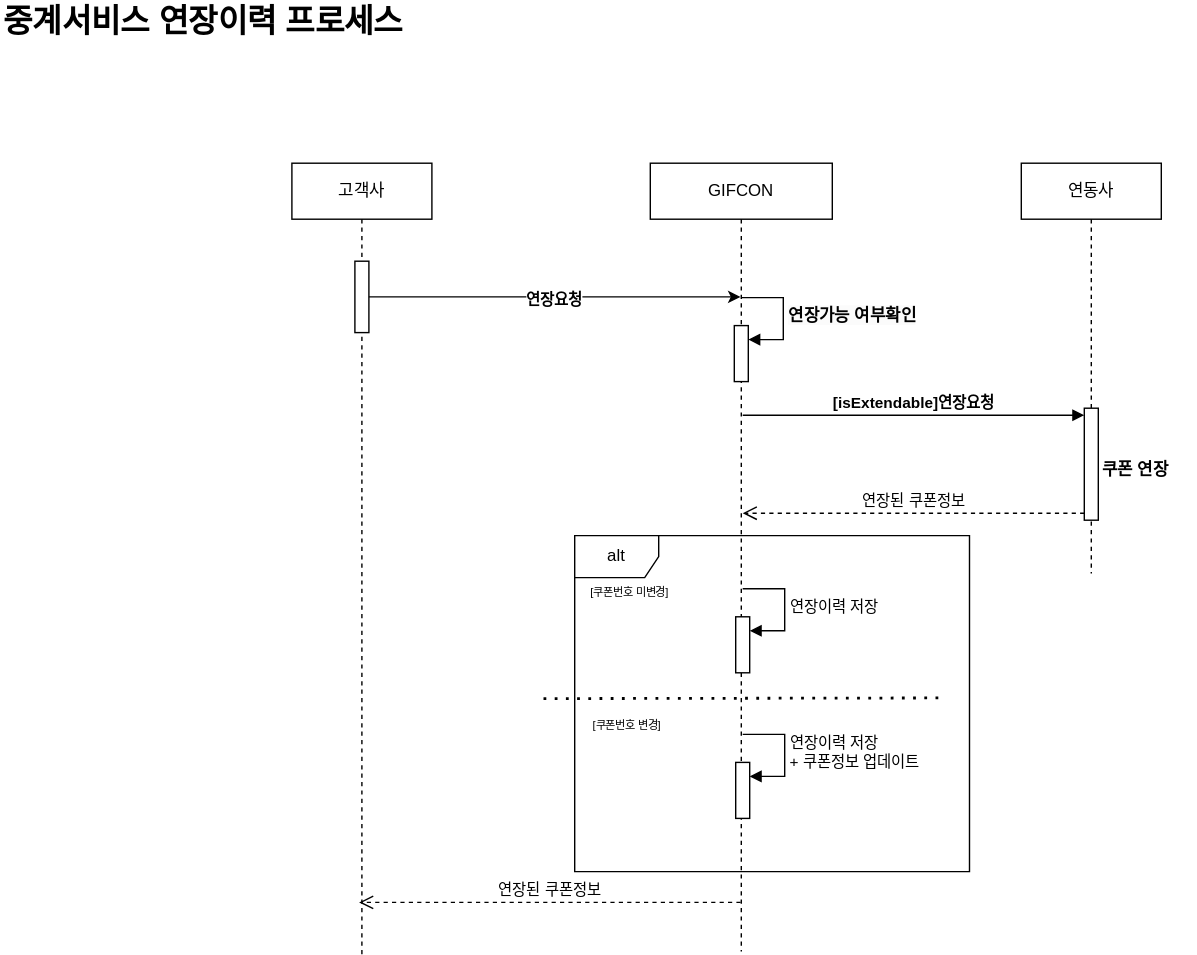
The draw.io diagram [중계]연장이력_시퀀스_다이어그램.drawio.svg in k3srpn/Architecture, before a commit. Source tidied: cells renumbered, new cells last; positions are measured from the earlier drawing's top-left corner, leaving out a move shared by most shapes.
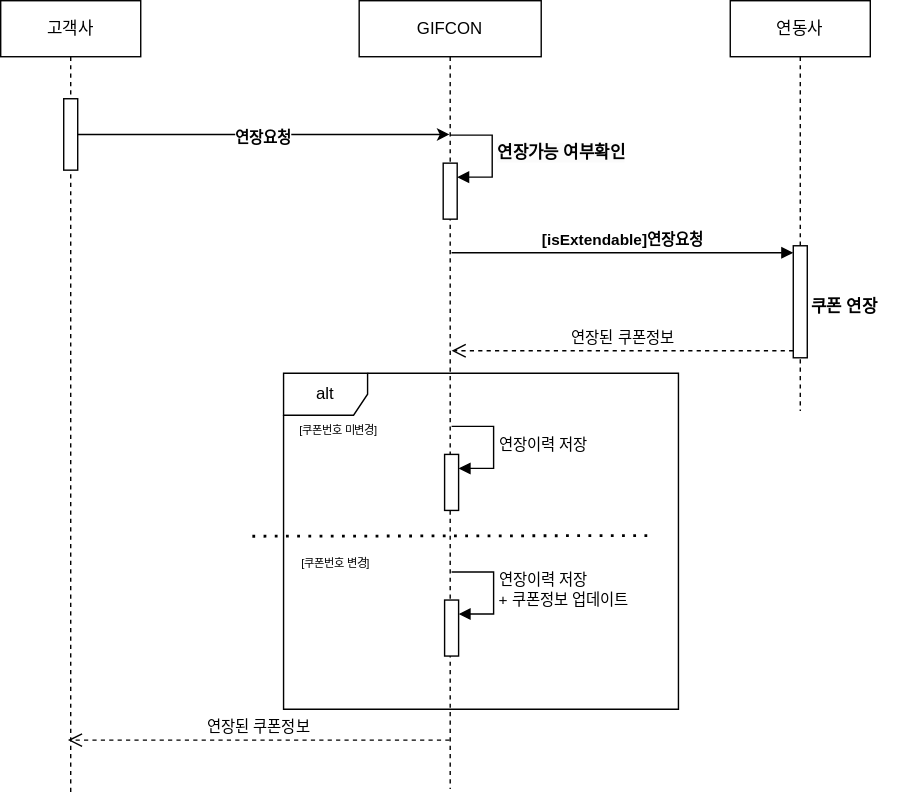
The same file after the commit.

Commit message:
[중계]연장이력_시퀀스_다이어그램.drawio.svg 업데이트

What changed in the source:
```diff
@@ -91,8 +91,5 @@
     <mxCell id="22" value="[쿠폰번호 변경]" style="text;html=1;align=center;verticalAlign=middle;strokeColor=none;fillColor=none;fontSize=8;" parent="1" vertex="1">
       <mxGeometry x="410" y="507" width="73" height="22" as="geometry" />
     </mxCell>
-    <mxCell id="23" value="중계서비스 연장이력 프로세스" style="text;html=1;strokeColor=none;fillColor=none;align=left;verticalAlign=middle;whiteSpace=wrap;rounded=0;fontStyle=1;fontSize=23;" parent="1" vertex="1">
-      <mxGeometry width="402" height="30" as="geometry" />
-    </mxCell>
   </root>
 </mxGraphModel>
```
